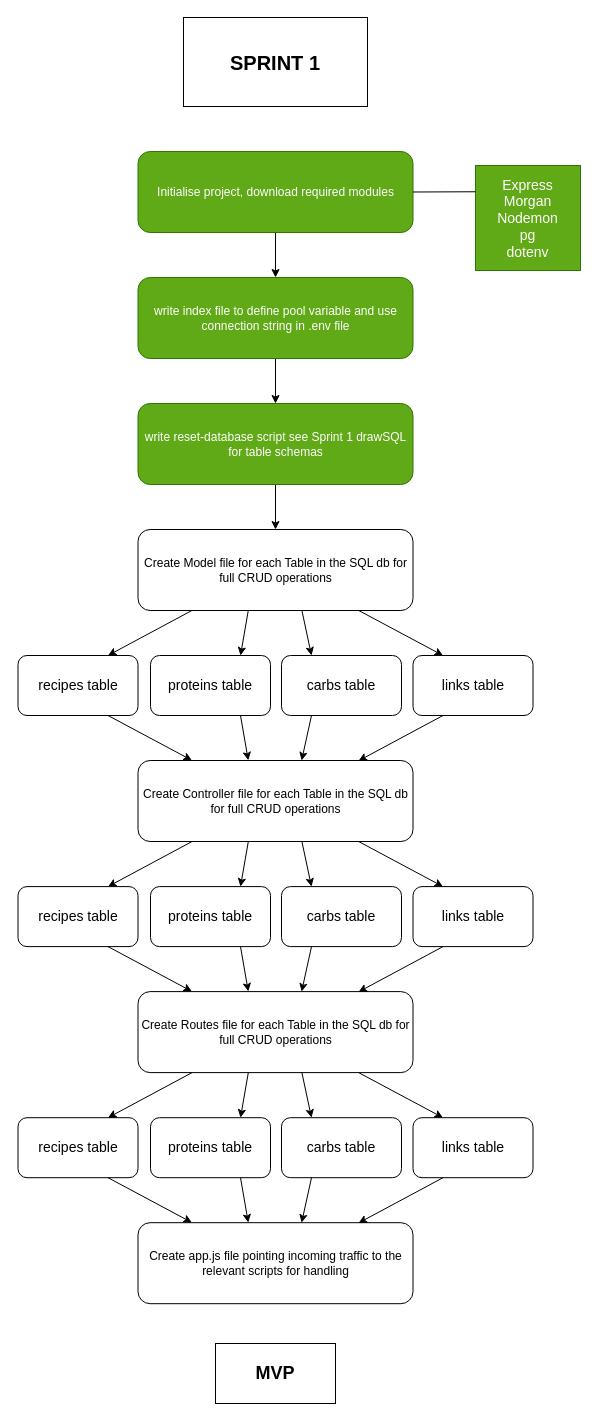
Before: plan/Sprint 1 coding.drawio in adamhale-exe/Winner-Dinner, a draw.io diagram. Source tidied: cells renumbered, new cells numbered last; positions are measured from the earlier drawing's top-left corner, leaving out a move shared by most shapes. Both pictures are drawn from the tidied source at 100%, with x=0, y=0 at pixel (18, 17).
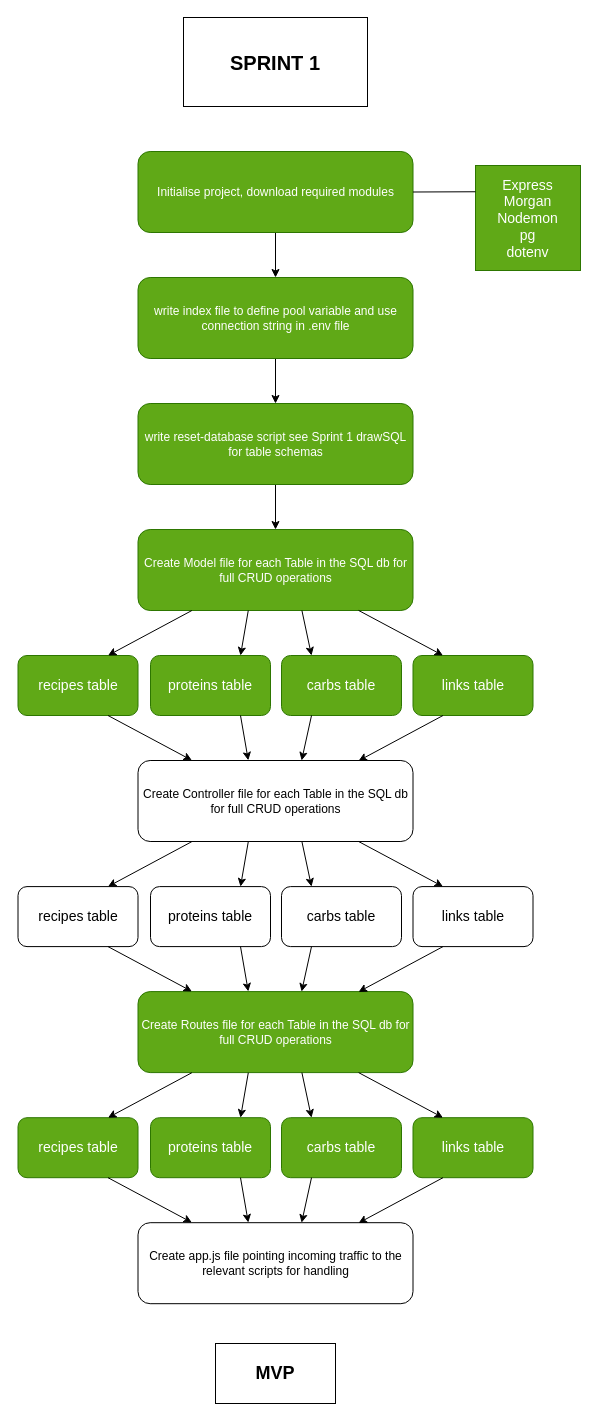
The same page after the edit.

What changed in the source:
```diff
@@
-    <mxCell id="11" value="Create Model file for each Table in the SQL db for full CRUD operations" style="rounded=1;whiteSpace=wrap;html=1;" parent="1" vertex="1">
+    <mxCell id="11" value="Create Model file for each Table in the SQL db for full CRUD operations" style="rounded=1;whiteSpace=wrap;html=1;fillColor=#60a917;fontColor=#ffffff;strokeColor=#2D7600;" parent="1" vertex="1">
       <mxGeometry x="119.5" y="512" width="275" height="81" as="geometry" />
     </mxCell>
-    <mxCell id="12" value="recipes table" style="rounded=1;whiteSpace=wrap;html=1;fontSize=14;" parent="1" vertex="1">
+    <mxCell id="12" value="recipes table" style="rounded=1;whiteSpace=wrap;html=1;fontSize=14;fillColor=#60a917;fontColor=#ffffff;strokeColor=#2D7600;" parent="1" vertex="1">
       <mxGeometry x="-0.5" y="638" width="120" height="60" as="geometry" />
     </mxCell>
-    <mxCell id="13" value="proteins table" style="rounded=1;whiteSpace=wrap;html=1;fontSize=14;" parent="1" vertex="1">
+    <mxCell id="13" value="proteins table" style="rounded=1;whiteSpace=wrap;html=1;fontSize=14;fillColor=#60a917;fontColor=#ffffff;strokeColor=#2D7600;" parent="1" vertex="1">
       <mxGeometry x="132" y="638" width="120" height="60" as="geometry" />
     </mxCell>
-    <mxCell id="14" value="carbs table" style="rounded=1;whiteSpace=wrap;html=1;fontSize=14;" parent="1" vertex="1">
+    <mxCell id="14" value="carbs table" style="rounded=1;whiteSpace=wrap;html=1;fontSize=14;fillColor=#60a917;fontColor=#ffffff;strokeColor=#2D7600;" parent="1" vertex="1">
       <mxGeometry x="263" y="638" width="120" height="60" as="geometry" />
     </mxCell>
-    <mxCell id="15" value="links table" style="rounded=1;whiteSpace=wrap;html=1;fontSize=14;" parent="1" vertex="1">
+    <mxCell id="15" value="links table" style="rounded=1;whiteSpace=wrap;html=1;fontSize=14;fillColor=#60a917;fontColor=#ffffff;strokeColor=#2D7600;" parent="1" vertex="1">
       <mxGeometry x="394.5" y="638" width="120" height="60" as="geometry" />
     </mxCell>
@@
-    <mxCell id="33" value="Create Routes file for each Table in the SQL db for full CRUD operations" style="rounded=1;whiteSpace=wrap;html=1;" parent="1" vertex="1">
+    <mxCell id="33" value="Create Routes file for each Table in the SQL db for full CRUD operations" style="rounded=1;whiteSpace=wrap;html=1;fillColor=#60a917;fontColor=#ffffff;strokeColor=#2D7600;" parent="1" vertex="1">
       <mxGeometry x="119.5" y="974.1" width="275" height="81" as="geometry" />
     </mxCell>
@@
-    <mxCell id="38" value="recipes table" style="rounded=1;whiteSpace=wrap;html=1;fontSize=14;" parent="1" vertex="1">
+    <mxCell id="38" value="recipes table" style="rounded=1;whiteSpace=wrap;html=1;fontSize=14;fillColor=#60a917;fontColor=#ffffff;strokeColor=#2D7600;" parent="1" vertex="1">
       <mxGeometry x="-0.5" y="1100.2" width="120" height="60" as="geometry" />
     </mxCell>
-    <mxCell id="39" value="proteins table" style="rounded=1;whiteSpace=wrap;html=1;fontSize=14;" parent="1" vertex="1">
+    <mxCell id="39" value="proteins table" style="rounded=1;whiteSpace=wrap;html=1;fontSize=14;fillColor=#60a917;fontColor=#ffffff;strokeColor=#2D7600;" parent="1" vertex="1">
       <mxGeometry x="132" y="1100.2" width="120" height="60" as="geometry" />
     </mxCell>
-    <mxCell id="40" value="carbs table" style="rounded=1;whiteSpace=wrap;html=1;fontSize=14;" parent="1" vertex="1">
+    <mxCell id="40" value="carbs table" style="rounded=1;whiteSpace=wrap;html=1;fontSize=14;fillColor=#60a917;fontColor=#ffffff;strokeColor=#2D7600;" parent="1" vertex="1">
       <mxGeometry x="263" y="1100.2" width="120" height="60" as="geometry" />
     </mxCell>
-    <mxCell id="41" value="links table" style="rounded=1;whiteSpace=wrap;html=1;fontSize=14;" parent="1" vertex="1">
+    <mxCell id="41" value="links table" style="rounded=1;whiteSpace=wrap;html=1;fontSize=14;fillColor=#60a917;fontColor=#ffffff;strokeColor=#2D7600;" parent="1" vertex="1">
       <mxGeometry x="394.5" y="1100.2" width="120" height="60" as="geometry" />
     </mxCell>
```
